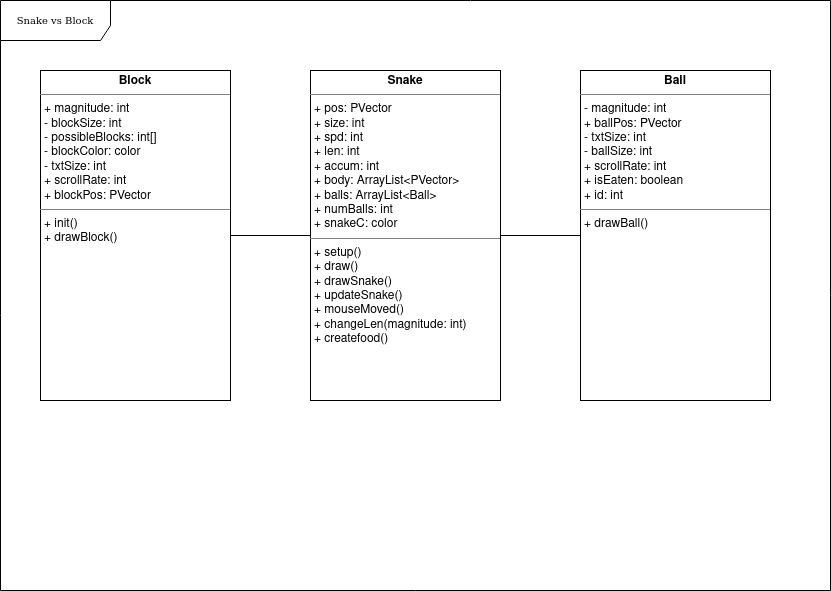
Above: ouruml.png in madeline-lei/final_project (draw.io), before the change. Source tidied: cells renumbered, new cells last; positions are measured from the earlier drawing's top-left corner, leaving out a move shared by most shapes.
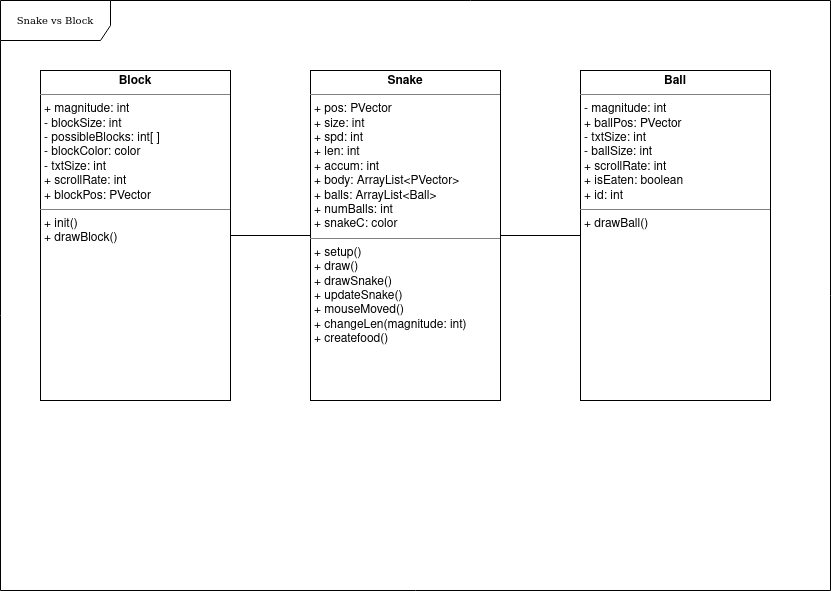
The same file after the commit.

The edit, as a diff of the source:
```diff
@@ -14,7 +14,7 @@
     <mxCell id="5" value="&lt;p style=&quot;margin:0px;margin-top:4px;text-align:center;&quot;&gt;&lt;b&gt;Snake&lt;/b&gt;&lt;/p&gt;&lt;hr size=&quot;1&quot;&gt;&lt;p style=&quot;margin:0px;margin-left:4px;&quot;&gt;+ pos: PVector&lt;/p&gt;&lt;p style=&quot;margin:0px;margin-left:4px;&quot;&gt;+ size: int&lt;/p&gt;&lt;p style=&quot;margin:0px;margin-left:4px;&quot;&gt;+ spd: int&lt;/p&gt;&lt;p style=&quot;margin:0px;margin-left:4px;&quot;&gt;+ len: int&lt;/p&gt;&lt;p style=&quot;margin:0px;margin-left:4px;&quot;&gt;+ accum: int&lt;br&gt;&lt;/p&gt;&lt;p style=&quot;margin:0px;margin-left:4px;&quot;&gt;+ body: ArrayList&amp;lt;PVector&amp;gt;&lt;/p&gt;&lt;p style=&quot;margin:0px;margin-left:4px;&quot;&gt;+ balls: ArrayList&amp;lt;Ball&amp;gt;&lt;/p&gt;&lt;p style=&quot;margin:0px;margin-left:4px;&quot;&gt;+ numBalls: int&lt;/p&gt;&lt;p style=&quot;margin:0px;margin-left:4px;&quot;&gt;+ snakeC: color&lt;/p&gt;&lt;hr size=&quot;1&quot;&gt;&lt;p style=&quot;margin:0px;margin-left:4px;&quot;&gt;+ setup()&lt;/p&gt;&lt;p style=&quot;margin:0px;margin-left:4px;&quot;&gt;+ draw()&lt;/p&gt;&lt;p style=&quot;margin:0px;margin-left:4px;&quot;&gt;+ drawSnake()&lt;/p&gt;&lt;p style=&quot;margin:0px;margin-left:4px;&quot;&gt;+ updateSnake()&lt;/p&gt;&lt;p style=&quot;margin:0px;margin-left:4px;&quot;&gt;+ mouseMoved()&lt;/p&gt;&lt;p style=&quot;margin:0px;margin-left:4px;&quot;&gt;+ changeLen(magnitude: int)&lt;/p&gt;&lt;p style=&quot;margin:0px;margin-left:4px;&quot;&gt;+ createfood()&lt;br&gt;&lt;/p&gt;&lt;p style=&quot;margin:0px;margin-left:4px;&quot;&gt;&lt;br&gt;&lt;/p&gt;" style="verticalAlign=top;align=left;overflow=fill;fontSize=12;fontFamily=Helvetica;html=1;rounded=0;shadow=0;comic=0;labelBackgroundColor=none;strokeWidth=1;" parent="1" vertex="1">
       <mxGeometry x="310" y="70" width="190" height="330" as="geometry" />
     </mxCell>
-    <mxCell id="6" value="&lt;p style=&quot;margin:0px;margin-top:4px;text-align:center;&quot;&gt;&lt;b&gt;Block&lt;/b&gt;&lt;/p&gt;&lt;hr size=&quot;1&quot;&gt;&lt;p style=&quot;margin:0px;margin-left:4px;&quot;&gt;+ magnitude: int&lt;/p&gt;&lt;p style=&quot;margin:0px;margin-left:4px;&quot;&gt;- blockSize: int&lt;/p&gt;&lt;p style=&quot;margin:0px;margin-left:4px;&quot;&gt;- possibleBlocks: int[]&lt;/p&gt;&lt;p style=&quot;margin:0px;margin-left:4px;&quot;&gt;- blockColor: color&lt;/p&gt;&lt;p style=&quot;margin:0px;margin-left:4px;&quot;&gt;- txtSize: int&lt;/p&gt;&lt;p style=&quot;margin:0px;margin-left:4px;&quot;&gt;+ scrollRate: int&lt;/p&gt;&lt;p style=&quot;margin:0px;margin-left:4px;&quot;&gt;+ blockPos: PVector&lt;br&gt;&lt;/p&gt;&lt;hr size=&quot;1&quot;&gt;&lt;p style=&quot;margin:0px;margin-left:4px;&quot;&gt;+ init()&lt;/p&gt;&lt;p style=&quot;margin:0px;margin-left:4px;&quot;&gt;+ drawBlock()&lt;/p&gt;" style="verticalAlign=top;align=left;overflow=fill;fontSize=12;fontFamily=Helvetica;html=1;rounded=0;shadow=0;comic=0;labelBackgroundColor=none;strokeWidth=1;" parent="1" vertex="1">
+    <mxCell id="6" value="&lt;p style=&quot;margin:0px;margin-top:4px;text-align:center;&quot;&gt;&lt;b&gt;Block&lt;/b&gt;&lt;/p&gt;&lt;hr size=&quot;1&quot;&gt;&lt;p style=&quot;margin:0px;margin-left:4px;&quot;&gt;+ magnitude: int&lt;/p&gt;&lt;p style=&quot;margin:0px;margin-left:4px;&quot;&gt;- blockSize: int&lt;/p&gt;&lt;p style=&quot;margin:0px;margin-left:4px;&quot;&gt;- possibleBlocks: int[ ]&lt;/p&gt;&lt;p style=&quot;margin:0px;margin-left:4px;&quot;&gt;- blockColor: color&lt;/p&gt;&lt;p style=&quot;margin:0px;margin-left:4px;&quot;&gt;- txtSize: int&lt;/p&gt;&lt;p style=&quot;margin:0px;margin-left:4px;&quot;&gt;+ scrollRate: int&lt;/p&gt;&lt;p style=&quot;margin:0px;margin-left:4px;&quot;&gt;+ blockPos: PVector&lt;br&gt;&lt;/p&gt;&lt;hr size=&quot;1&quot;&gt;&lt;p style=&quot;margin:0px;margin-left:4px;&quot;&gt;+ init()&lt;/p&gt;&lt;p style=&quot;margin:0px;margin-left:4px;&quot;&gt;+ drawBlock()&lt;/p&gt;" style="verticalAlign=top;align=left;overflow=fill;fontSize=12;fontFamily=Helvetica;html=1;rounded=0;shadow=0;comic=0;labelBackgroundColor=none;strokeWidth=1;" parent="1" vertex="1">
       <mxGeometry x="40" y="70" width="190" height="330" as="geometry" />
     </mxCell>
     <mxCell id="7" value="&lt;p style=&quot;margin:0px;margin-top:4px;text-align:center;&quot;&gt;&lt;b&gt;Ball&lt;/b&gt;&lt;/p&gt;&lt;hr size=&quot;1&quot;&gt;&lt;p style=&quot;margin:0px;margin-left:4px;&quot;&gt;- magnitude: int&lt;/p&gt;&lt;p style=&quot;margin:0px;margin-left:4px;&quot;&gt;+ ballPos: PVector&lt;/p&gt;&lt;p style=&quot;margin:0px;margin-left:4px;&quot;&gt;- txtSize: int&lt;/p&gt;&lt;p style=&quot;margin:0px;margin-left:4px;&quot;&gt;- ballSize: int&lt;/p&gt;&lt;p style=&quot;margin:0px;margin-left:4px;&quot;&gt;+ scrollRate: int&lt;/p&gt;&lt;p style=&quot;margin:0px;margin-left:4px;&quot;&gt;+ isEaten: boolean&lt;/p&gt;&lt;p style=&quot;margin:0px;margin-left:4px;&quot;&gt;+ id: int&lt;br&gt;&lt;/p&gt;&lt;hr size=&quot;1&quot;&gt;&lt;p style=&quot;margin:0px;margin-left:4px;&quot;&gt;+ drawBall()&lt;br&gt;&lt;/p&gt;" style="verticalAlign=top;align=left;overflow=fill;fontSize=12;fontFamily=Helvetica;html=1;rounded=0;shadow=0;comic=0;labelBackgroundColor=none;strokeWidth=1;" parent="1" vertex="1">
```
